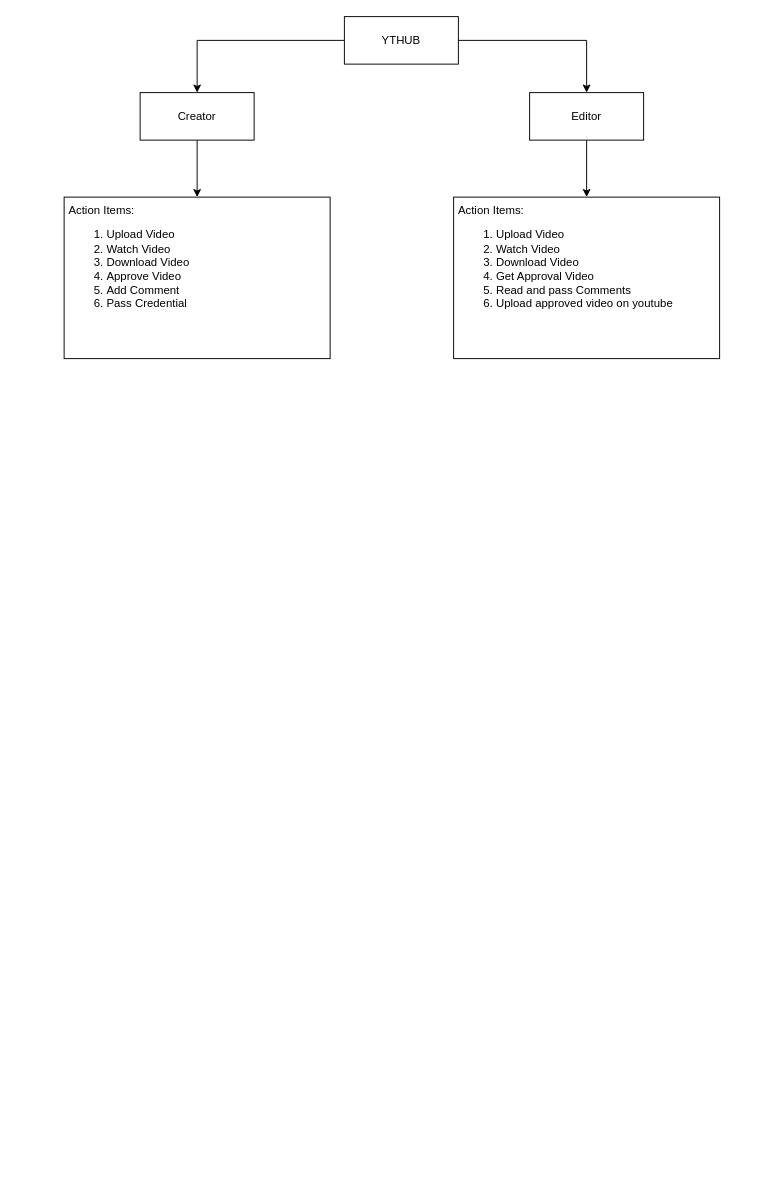
Before: ythub.drawio in SLASH232/ythub-phase1, a draw.io diagram. Source tidied: cells renumbered, new cells numbered last; positions are measured from the earlier drawing's top-left corner, leaving out a move shared by most shapes. Both pictures are drawn from the tidied source at 95%, with x=0, y=0 at pixel (64, 16).
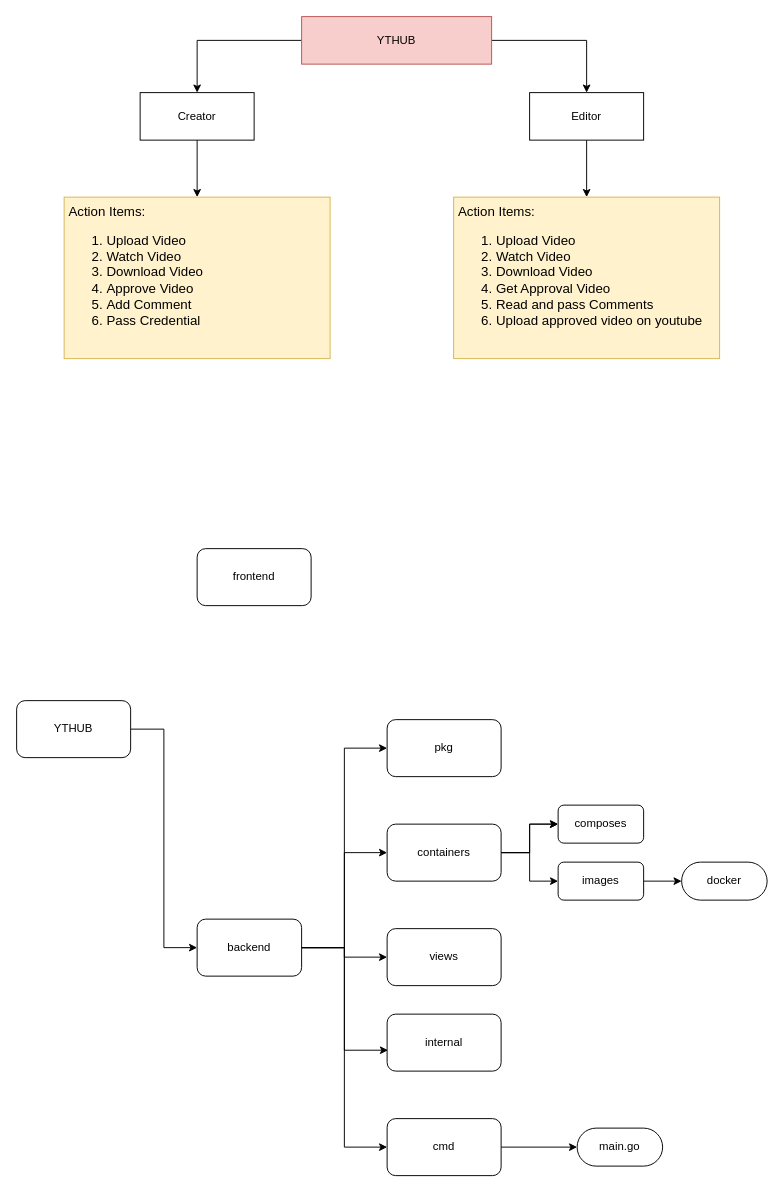
The same diagram, later.

What changed in the source:
```diff
@@
-    <mxCell id="4" value="YTHUB" style="rounded=0;whiteSpace=wrap;html=1;" parent="1" vertex="1">
-      <mxGeometry x="295" width="120" height="50" as="geometry" />
+    <mxCell id="4" value="YTHUB" style="rounded=0;whiteSpace=wrap;html=1;fillColor=#f8cecc;strokeColor=#b85450;" parent="1" vertex="1">
+      <mxGeometry x="250" width="200" height="50" as="geometry" />
     </mxCell>
@@
-    <mxCell id="9" value="Action Items:&lt;br&gt;&lt;ol&gt;&lt;li&gt;Upload Video&lt;/li&gt;&lt;li&gt;Watch Video&lt;/li&gt;&lt;li&gt;Download Video&lt;/li&gt;&lt;li&gt;Approve Video&lt;/li&gt;&lt;li&gt;Add Comment&lt;/li&gt;&lt;li&gt;Pass Credential&lt;/li&gt;&lt;/ol&gt;" style="rounded=0;whiteSpace=wrap;html=1;align=left;verticalAlign=top;spacingLeft=3;" parent="1" vertex="1">
+    <mxCell id="9" value="Action Items:&lt;br style=&quot;font-size: 14px;&quot;&gt;&lt;ol style=&quot;font-size: 14px;&quot;&gt;&lt;li style=&quot;font-size: 14px;&quot;&gt;Upload Video&lt;/li&gt;&lt;li style=&quot;font-size: 14px;&quot;&gt;Watch Video&lt;/li&gt;&lt;li style=&quot;font-size: 14px;&quot;&gt;Download Video&lt;/li&gt;&lt;li style=&quot;font-size: 14px;&quot;&gt;Approve Video&lt;/li&gt;&lt;li style=&quot;font-size: 14px;&quot;&gt;Add Comment&lt;/li&gt;&lt;li style=&quot;font-size: 14px;&quot;&gt;Pass Credential&lt;/li&gt;&lt;/ol&gt;" style="rounded=0;whiteSpace=wrap;html=1;align=left;verticalAlign=top;spacingLeft=3;fillColor=#fff2cc;strokeColor=#d6b656;fontSize=14;" parent="1" vertex="1">
       <mxGeometry y="190" width="280" height="170" as="geometry" />
     </mxCell>
-    <mxCell id="10" value="Action Items:&lt;br&gt;&lt;ol&gt;&lt;li&gt;Upload Video&lt;/li&gt;&lt;li&gt;Watch Video&lt;/li&gt;&lt;li&gt;Download Video&lt;/li&gt;&lt;li&gt;Get Approval Video&lt;/li&gt;&lt;li&gt;Read and pass Comments&lt;/li&gt;&lt;li&gt;Upload approved video on youtube&lt;/li&gt;&lt;/ol&gt;" style="rounded=0;whiteSpace=wrap;html=1;align=left;verticalAlign=top;spacingLeft=3;" parent="1" vertex="1">
+    <mxCell id="10" value="Action Items:&lt;br style=&quot;font-size: 14px;&quot;&gt;&lt;ol style=&quot;font-size: 14px;&quot;&gt;&lt;li style=&quot;font-size: 14px;&quot;&gt;Upload Video&lt;/li&gt;&lt;li style=&quot;font-size: 14px;&quot;&gt;Watch Video&lt;/li&gt;&lt;li style=&quot;font-size: 14px;&quot;&gt;Download Video&lt;/li&gt;&lt;li style=&quot;font-size: 14px;&quot;&gt;Get Approval Video&lt;/li&gt;&lt;li style=&quot;font-size: 14px;&quot;&gt;Read and pass Comments&lt;/li&gt;&lt;li style=&quot;font-size: 14px;&quot;&gt;Upload approved video on youtube&lt;/li&gt;&lt;/ol&gt;" style="rounded=0;whiteSpace=wrap;html=1;align=left;verticalAlign=top;spacingLeft=3;fillColor=#fff2cc;strokeColor=#d6b656;fontSize=14;" parent="1" vertex="1">
       <mxGeometry x="410" y="190" width="280" height="170" as="geometry" />
     </mxCell>
+    <mxCell id="11" style="edgeStyle=orthogonalEdgeStyle;rounded=0;jettySize=auto;html=1;exitX=1;exitY=0.5;exitDx=0;exitDy=0;entryX=0;entryY=0.5;entryDx=0;entryDy=0;" parent="1" edge="1" source="12" target="27">
+      <mxGeometry relative="1" as="geometry" />
+    </mxCell>
+    <mxCell id="12" value="YTHUB" style="rounded=1;whiteSpace=wrap;html=1;" parent="1" vertex="1">
+      <mxGeometry x="-50" y="720" width="120" height="60" as="geometry" />
+    </mxCell>
+    <mxCell id="13" value="frontend" style="rounded=1;whiteSpace=wrap;html=1;" parent="1" vertex="1">
+      <mxGeometry x="140" y="560" width="120" height="60" as="geometry" />
+    </mxCell>
+    <mxCell id="14" value="pkg" style="rounded=1;whiteSpace=wrap;html=1;" parent="1" vertex="1">
+      <mxGeometry x="340" y="740" width="120" height="60" as="geometry" />
+    </mxCell>
+    <mxCell id="15" style="edgeStyle=orthogonalEdgeStyle;rounded=0;jettySize=auto;html=1;" parent="1" edge="1" source="16" target="28">
+      <mxGeometry relative="1" as="geometry" />
+    </mxCell>
+    <mxCell id="16" value="cmd" style="rounded=1;whiteSpace=wrap;html=1;" parent="1" vertex="1">
+      <mxGeometry x="340" y="1160" width="120" height="60" as="geometry" />
+    </mxCell>
+    <mxCell id="17" value="internal" style="rounded=1;whiteSpace=wrap;html=1;" parent="1" vertex="1">
+      <mxGeometry x="340" y="1050" width="120" height="60" as="geometry" />
+    </mxCell>
+    <mxCell id="18" style="edgeStyle=orthogonalEdgeStyle;rounded=0;jettySize=auto;html=1;" parent="1" edge="1" source="21" target="30">
+      <mxGeometry relative="1" as="geometry" />
+    </mxCell>
+    <mxCell id="19" style="edgeStyle=orthogonalEdgeStyle;rounded=0;jettySize=auto;html=1;" parent="1" edge="1" source="21" target="30">
+      <mxGeometry relative="1" as="geometry" />
+    </mxCell>
+    <mxCell id="20" style="edgeStyle=orthogonalEdgeStyle;rounded=0;jettySize=auto;html=1;exitX=1;exitY=0.5;exitDx=0;exitDy=0;entryX=0;entryY=0.5;entryDx=0;entryDy=0;" parent="1" edge="1" source="21" target="32">
+      <mxGeometry relative="1" as="geometry" />
+    </mxCell>
+    <mxCell id="21" value="containers" style="rounded=1;whiteSpace=wrap;html=1;" parent="1" vertex="1">
+      <mxGeometry x="340" y="850" width="120" height="60" as="geometry" />
+    </mxCell>
+    <mxCell id="22" value="views" style="rounded=1;whiteSpace=wrap;html=1;" parent="1" vertex="1">
+      <mxGeometry x="340" y="960" width="120" height="60" as="geometry" />
+    </mxCell>
+    <mxCell id="23" style="edgeStyle=orthogonalEdgeStyle;rounded=0;jettySize=auto;html=1;entryX=0;entryY=0.5;entryDx=0;entryDy=0;" parent="1" edge="1" source="27" target="14">
+      <mxGeometry relative="1" as="geometry" />
+    </mxCell>
+    <mxCell id="24" style="edgeStyle=orthogonalEdgeStyle;rounded=0;jettySize=auto;html=1;entryX=0;entryY=0.5;entryDx=0;entryDy=0;exitX=1;exitY=0.5;exitDx=0;exitDy=0;" parent="1" edge="1" source="27" target="21">
+      <mxGeometry relative="1" as="geometry" />
+    </mxCell>
+    <mxCell id="25" style="edgeStyle=orthogonalEdgeStyle;rounded=0;jettySize=auto;html=1;" parent="1" edge="1" source="27" target="22">
+      <mxGeometry relative="1" as="geometry" />
+    </mxCell>
+    <mxCell id="26" style="edgeStyle=orthogonalEdgeStyle;rounded=0;jettySize=auto;html=1;entryX=0;entryY=0.5;entryDx=0;entryDy=0;" parent="1" edge="1" source="27" target="16">
+      <mxGeometry relative="1" as="geometry" />
+    </mxCell>
+    <mxCell id="27" value="backend" style="rounded=1;whiteSpace=wrap;html=1;" parent="1" vertex="1">
+      <mxGeometry x="140" y="950" width="110" height="60" as="geometry" />
+    </mxCell>
+    <mxCell id="28" value="main.go" style="whiteSpace=wrap;html=1;rounded=1;glass=0;arcSize=50;" parent="1" vertex="1">
+      <mxGeometry x="540" y="1170" width="90" height="40" as="geometry" />
+    </mxCell>
+    <mxCell id="29" style="edgeStyle=orthogonalEdgeStyle;rounded=0;jettySize=auto;html=1;entryX=0.008;entryY=0.633;entryDx=0;entryDy=0;entryPerimeter=0;" parent="1" edge="1" source="27" target="17">
+      <mxGeometry relative="1" as="geometry" />
+    </mxCell>
+    <mxCell id="30" value="composes" style="whiteSpace=wrap;html=1;rounded=1;" parent="1" vertex="1">
+      <mxGeometry x="520" y="830" width="90" height="40" as="geometry" />
+    </mxCell>
+    <mxCell id="31" style="edgeStyle=orthogonalEdgeStyle;rounded=0;jettySize=auto;html=1;" parent="1" edge="1" source="32" target="33">
+      <mxGeometry relative="1" as="geometry" />
+    </mxCell>
+    <mxCell id="32" value="images" style="whiteSpace=wrap;html=1;rounded=1;" parent="1" vertex="1">
+      <mxGeometry x="520" y="890" width="90" height="40" as="geometry" />
+    </mxCell>
+    <mxCell id="33" value="docker" style="whiteSpace=wrap;html=1;rounded=1;glass=0;arcSize=50;" parent="1" vertex="1">
+      <mxGeometry x="650" y="890" width="90" height="40" as="geometry" />
+    </mxCell>
```
